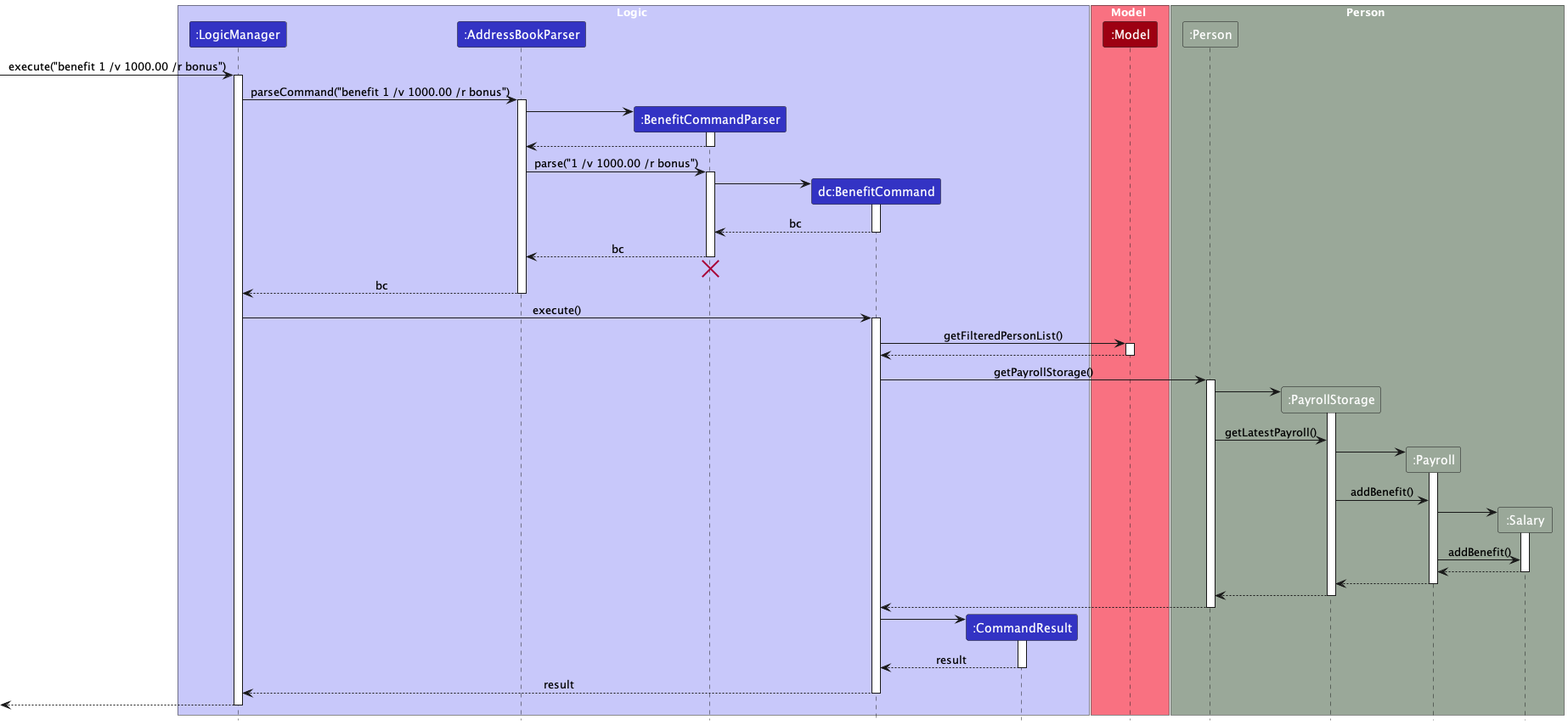
The PlantUML diagram docs/images/AddBenefitSequenceDiagram.png in nus-cs2103-AY2324S1/tp, before a commit. Source of this version:
```plantuml
@startuml
!include style.puml
skinparam ArrowFontStyle plain

box Logic LOGIC_COLOR_T1
participant ":LogicManager" as LogicManager LOGIC_COLOR
participant ":AddressBookParser" as AddressBookParser LOGIC_COLOR
participant ":BenefitCommandParser" as BenefitCommandParser LOGIC_COLOR
participant "dc:BenefitCommand" as BenefitCommand LOGIC_COLOR
participant ":CommandResult" as CommandResult LOGIC_COLOR
end box

box Model MODEL_COLOR_T1
participant ":Model" as Model MODEL_COLOR
end box

box Person PERSON_COLOR
participant ":Person" as Person PERSON_COLOR
participant ":PayrollStorage" as PayrollStorage PERSON_COLOR
participant ":Payroll" as Payroll PERSON_COLOR
participant ":Salary" as Salary PERSON_COLOR
end box

[-> LogicManager : execute("benefit 1 /v 1000.00 /r bonus")
activate LogicManager

LogicManager -> AddressBookParser : parseCommand("benefit 1 /v 1000.00 /r bonus")
activate AddressBookParser

create BenefitCommandParser
AddressBookParser -> BenefitCommandParser
activate BenefitCommandParser

BenefitCommandParser --> AddressBookParser
deactivate BenefitCommandParser

AddressBookParser -> BenefitCommandParser : parse("1 /v 1000.00 /r bonus")
activate BenefitCommandParser

create BenefitCommand
BenefitCommandParser -> BenefitCommand
activate BenefitCommand

BenefitCommand --> BenefitCommandParser : bc
deactivate BenefitCommand

BenefitCommandParser --> AddressBookParser : bc
deactivate BenefitCommandParser
BenefitCommandParser -[hidden]-> AddressBookParser
destroy BenefitCommandParser

AddressBookParser --> LogicManager : bc
deactivate AddressBookParser

LogicManager -> BenefitCommand : execute()
activate BenefitCommand

BenefitCommand -> Model : getFilteredPersonList()
activate Model

Model --> BenefitCommand:
deactivate Model

BenefitCommand -> Person : getPayrollStorage()
activate Person
create PayrollStorage
Person -> PayrollStorage
activate PayrollStorage

Person -> PayrollStorage : getLatestPayroll()
create Payroll
PayrollStorage -> Payroll :
activate Payroll

PayrollStorage -> Payroll : addBenefit()
create Salary
Payroll -> Salary :
activate Salary
Payroll -> Salary : addBenefit()
Salary --> Payroll :
deactivate Salary
Payroll --> PayrollStorage :
deactivate Payroll
PayrollStorage --> Person :
deactivate PayrollStorage

Person --> BenefitCommand :
deactivate Person

create CommandResult
BenefitCommand -> CommandResult
activate CommandResult

CommandResult --> BenefitCommand : result
deactivate CommandResult

BenefitCommand --> LogicManager : result
deactivate BenefitCommand

[<--LogicManager
deactivate LogicManager
@enduml
```
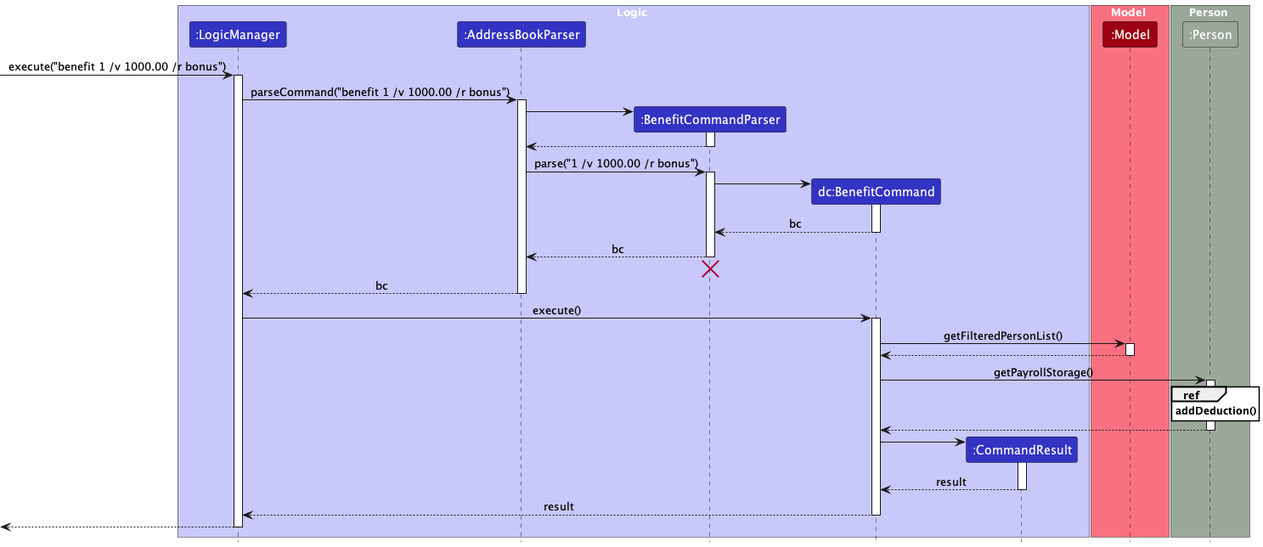
Above is the later version.

Diff of the diagram source:
```diff
@@ -1,6 +1,7 @@
 @startuml
 !include style.puml
 skinparam ArrowFontStyle plain
+skinparam sequenceReferenceBackgroundColor white
 
 box Logic LOGIC_COLOR_T1
 participant ":LogicManager" as LogicManager LOGIC_COLOR
@@ -16,9 +17,6 @@
 
 box Person PERSON_COLOR
 participant ":Person" as Person PERSON_COLOR
-participant ":PayrollStorage" as PayrollStorage PERSON_COLOR
-participant ":Payroll" as Payroll PERSON_COLOR
-participant ":Salary" as Salary PERSON_COLOR
 end box
 
 [-> LogicManager : execute("benefit 1 /v 1000.00 /r bonus")
@@ -63,26 +61,8 @@
 
 BenefitCommand -> Person : getPayrollStorage()
 activate Person
-create PayrollStorage
-Person -> PayrollStorage
-activate PayrollStorage
 
-Person -> PayrollStorage : getLatestPayroll()
-create Payroll
-PayrollStorage -> Payroll :
-activate Payroll
-
-PayrollStorage -> Payroll : addBenefit()
-create Salary
-Payroll -> Salary :
-activate Salary
-Payroll -> Salary : addBenefit()
-Salary --> Payroll :
-deactivate Salary
-Payroll --> PayrollStorage :
-deactivate Payroll
-PayrollStorage --> Person :
-deactivate PayrollStorage
+ref over Person : **addDeduction()**
 
 Person --> BenefitCommand :
 deactivate Person
```
